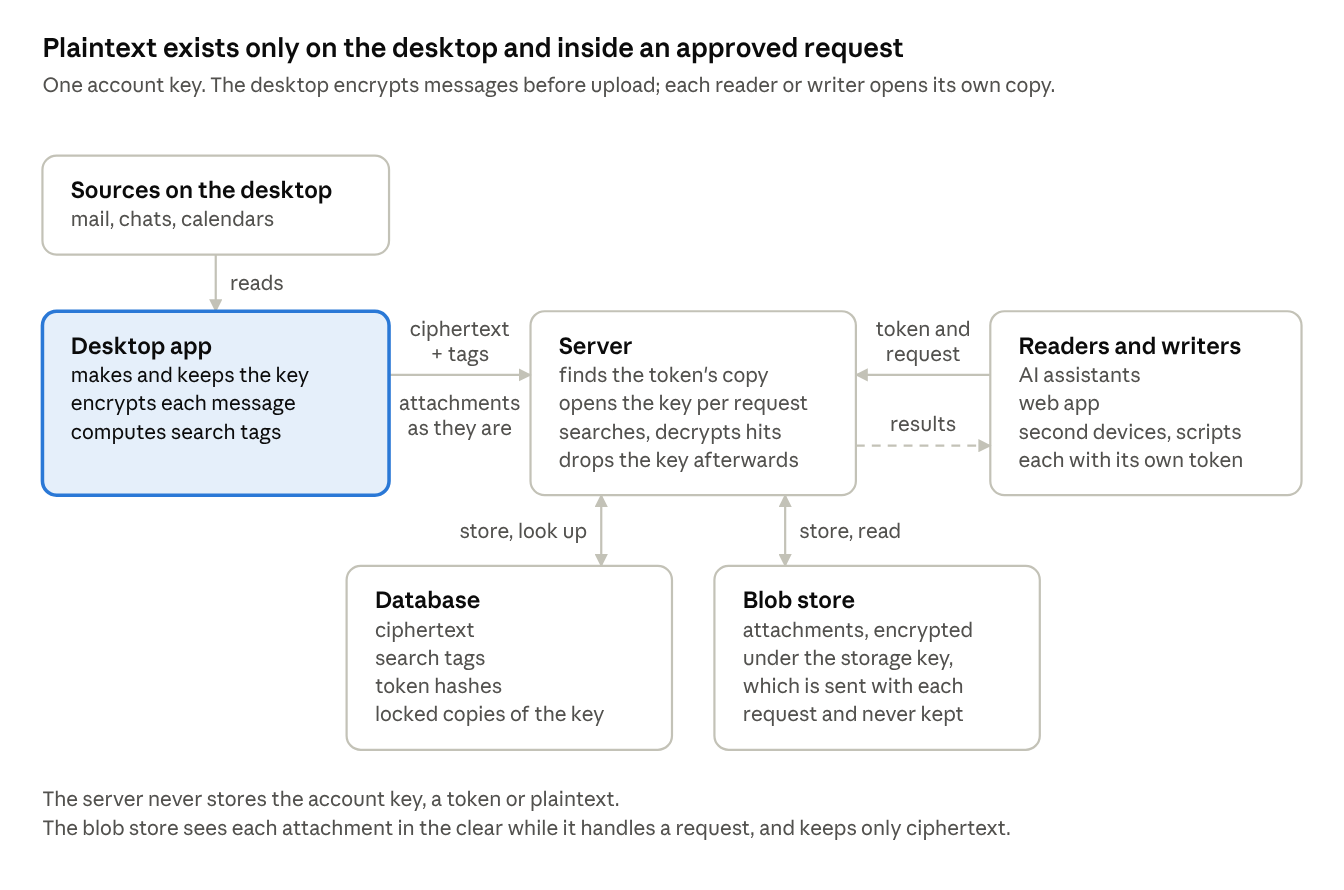
Before: figures/the-whole-design-1-key-1-kind-of-token.png, a diagram exported from Mermaid (ajs-consult-llc/mirror-encryption-rfc). Its source is kept beside it as diagrams/the-whole-design-1-key-1-kind-of-token.mmd.
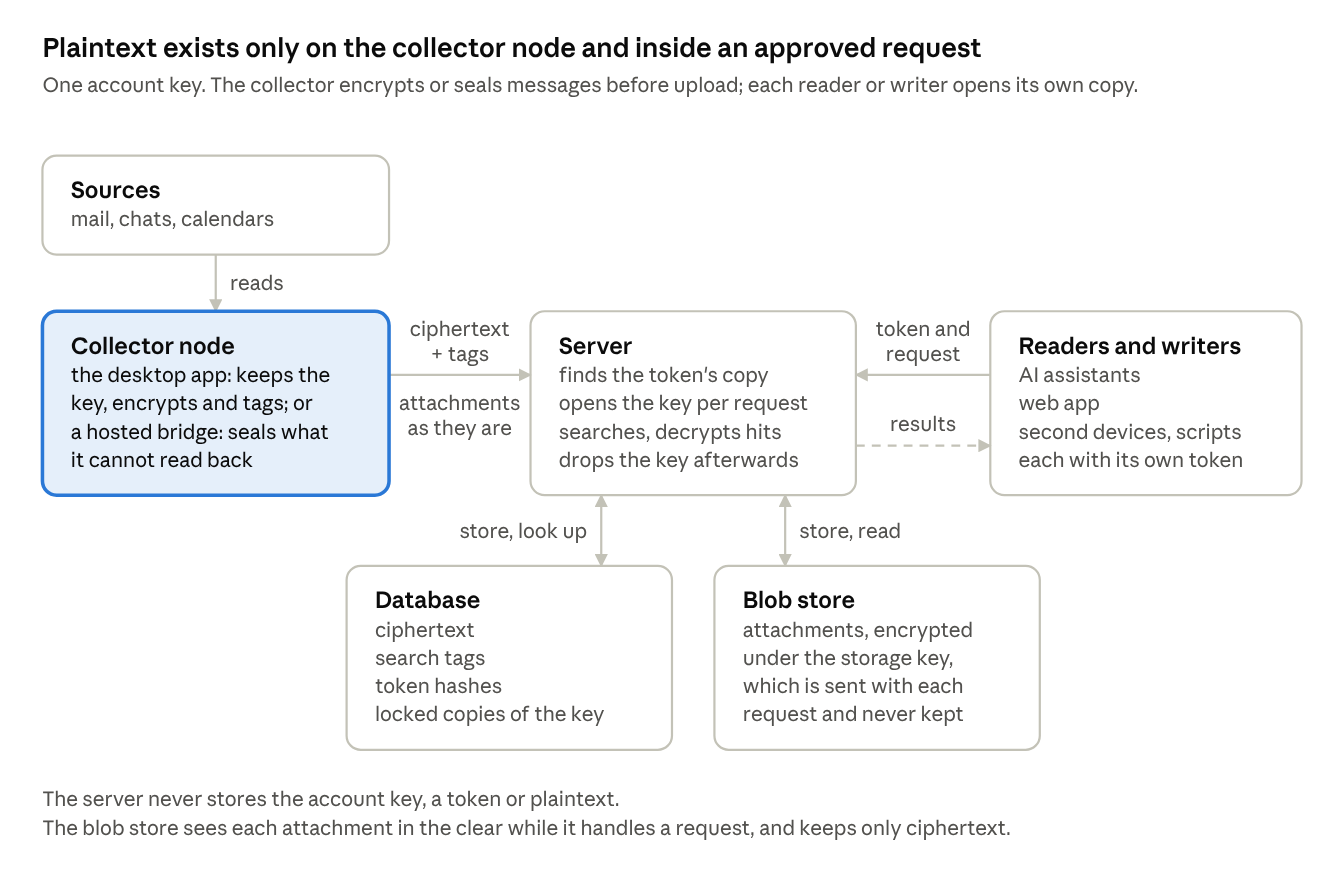
After the commit.

Change to the diagram source:
```diff
@@ -1,7 +1,7 @@
 flowchart TB
-  accTitle: Plaintext exists only on the desktop and inside an approved request
-  accDescr: One account key. The desktop encrypts messages before upload, and each reader or writer opens its own copy. The desktop app reads the sources on the desktop (mail, chats, calendars), makes and keeps the key, encrypts each message and computes search tags. It sends ciphertext and tags, and attachments as they are, to the server. Readers and writers (AI assistants, the web app, second devices and scripts), each with its own token, send a token and request to the server. The server finds the token's copy, opens the key per request, searches and decrypts hits, returns the results and drops the key afterwards. It stores and looks up ciphertext, search tags, token hashes and locked copies of the key in the database, and stores and reads attachments in the blob store, encrypted under the storage key, which is sent with each request and never kept. The server never stores the account key, a token or plaintext. The blob store sees each attachment in the clear while it handles a request, and keeps only ciphertext.
-  S["Sources on the desktop<br/>mail, chats, calendars"] -->|reads| D["Desktop app<br/>makes and keeps the key<br/>encrypts each message<br/>computes search tags"]
+  accTitle: Plaintext exists only on the collector node and inside an approved request
+  accDescr: One account key. The collector encrypts or seals messages before upload, and each reader or writer opens its own copy. The collector node reads the sources (mail, chats, calendars). It is either the desktop app, which keeps the key, encrypts each message and computes search tags, or a hosted bridge, which seals what it cannot read back. It sends ciphertext and tags, and attachments as they are, to the server. Readers and writers (AI assistants, the web app, second devices and scripts), each with its own token, send a token and request to the server. The server finds the token's copy, opens the key per request, searches and decrypts hits, returns the results and drops the key afterwards. It stores and looks up ciphertext, search tags, token hashes and locked copies of the key in the database, and stores and reads attachments in the blob store, encrypted under the storage key, which is sent with each request and never kept. The server never stores the account key, a token or plaintext. The blob store sees each attachment in the clear while it handles a request, and keeps only ciphertext.
+  S["Sources<br/>mail, chats, calendars"] -->|reads| D["Collector node<br/>the desktop app: keeps<br/>the key, encrypts and<br/>tags; or a hosted bridge:<br/>seals what it cannot<br/>read back"]
   R["Readers and writers<br/>AI assistants, web app<br/>second devices, scripts<br/>each with its own token"]
   D -->|"ciphertext + tags,<br/>attachments as they are"| V["Server<br/>finds the token's copy<br/>opens the key per request<br/>searches, decrypts hits<br/>drops the key afterwards"]
   R -->|token and request| V
```
